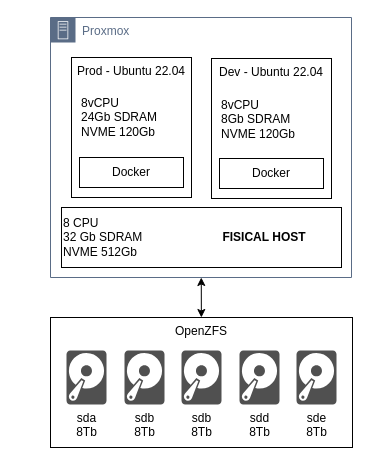
Above: page "Hardware" (2 of 2) of architecture.drawio in vshxp/home-server-docker-services (draw.io), before the change. Source tidied: cells renumbered, new cells numbered last; positions are measured from the earlier drawing's top-left corner, leaving out a move shared by most shapes. Both pictures are drawn from the tidied source at 100%, with x=0, y=0 at pixel (50, 17).
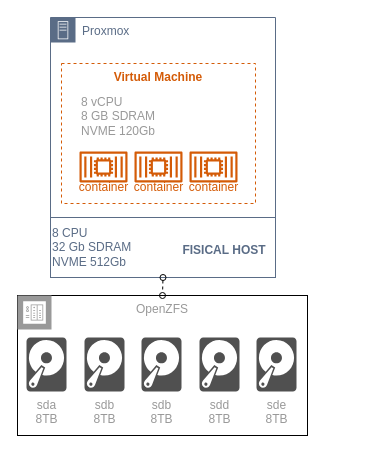
The same page after the edit.

Commit message (it also covers changes not shown here):
feat: stirling pdf

What changed in the source:
```diff
@@
 <mxGraphModel>
   <root>
     <mxCell id="0" />
     <mxCell id="1" parent="0" />
-    <mxCell id="2" style="edgeStyle=none;html=1;startArrow=classic;startFill=1;" parent="1" edge="1" source="3" target="8">
-      <mxGeometry relative="1" as="geometry" />
-    </mxCell>
     <mxCell id="3" value="Proxmox" style="points=[[0,0],[0.25,0],[0.5,0],[0.75,0],[1,0],[1,0.25],[1,0.5],[1,0.75],[1,1],[0.75,1],[0.5,1],[0.25,1],[0,1],[0,0.75],[0,0.5],[0,0.25]];outlineConnect=0;gradientColor=none;html=1;whiteSpace=wrap;fontSize=12;fontStyle=0;shape=mxgraph.aws4.group;grIcon=mxgraph.aws4.group_on_premise;strokeColor=#5A6C86;fillColor=none;verticalAlign=top;align=left;spacingLeft=30;fontColor=#5A6C86;dashed=0;spacingTop=0;" parent="1" vertex="1">
-      <mxGeometry width="301" height="260" as="geometry" />
+      <mxGeometry width="225" height="260" as="geometry" />
     </mxCell>
-    <mxCell id="4" value="Prod - Ubuntu 22.04" style="rounded=0;whiteSpace=wrap;html=1;shadow=0;sketch=0;align=center;verticalAlign=top;" parent="3" vertex="1">
-      <mxGeometry x="21" y="40" width="120" height="140" as="geometry" />
-    </mxCell>
-    <mxCell id="5" value="Docker" style="rounded=0;whiteSpace=wrap;html=1;shadow=0;sketch=0;" parent="3" vertex="1">
-      <mxGeometry x="29" y="140" width="104" height="30" as="geometry" />
-    </mxCell>
-    <mxCell id="6" value="8vCPU&lt;br&gt;24Gb SDRAM&lt;br&gt;NVME 120Gb" style="text;html=1;align=left;verticalAlign=middle;strokeColor=none;fillColor=none;" parent="3" vertex="1">
-      <mxGeometry x="29" y="70" width="100" height="60" as="geometry" />
-    </mxCell>
-    <mxCell id="7" style="group;" parent="1" vertex="1">
-      <mxGeometry y="300" width="302" height="130" as="geometry" />
-    </mxCell>
-    <mxCell id="8" value="OpenZFS" style="rounded=0;whiteSpace=wrap;html=1;labelPosition=center;verticalLabelPosition=middle;align=center;verticalAlign=top;" parent="7" vertex="1">
-      <mxGeometry width="302" height="130" as="geometry" />
-    </mxCell>
-    <mxCell id="9" value="sda&lt;br&gt;8Tb" style="sketch=0;shadow=0;dashed=0;html=1;strokeColor=none;fillColor=#505050;labelPosition=center;verticalLabelPosition=bottom;verticalAlign=top;align=center;shape=mxgraph.office.devices.hard_disk;" parent="7" vertex="1">
-      <mxGeometry x="16" y="33" width="40" height="54" as="geometry" />
-    </mxCell>
-    <mxCell id="10" value="sdb&lt;br&gt;8Tb" style="sketch=0;shadow=0;dashed=0;html=1;strokeColor=none;fillColor=#505050;labelPosition=center;verticalLabelPosition=bottom;verticalAlign=top;align=center;shape=mxgraph.office.devices.hard_disk;" parent="7" vertex="1">
-      <mxGeometry x="74" y="33" width="40" height="54" as="geometry" />
-    </mxCell>
-    <mxCell id="11" value="sdb&lt;br&gt;8Tb" style="sketch=0;shadow=0;dashed=0;html=1;strokeColor=none;fillColor=#505050;labelPosition=center;verticalLabelPosition=bottom;verticalAlign=top;align=center;shape=mxgraph.office.devices.hard_disk;" parent="7" vertex="1">
-      <mxGeometry x="131" y="33" width="40" height="54" as="geometry" />
-    </mxCell>
-    <mxCell id="12" value="sdd&lt;br&gt;8Tb" style="sketch=0;shadow=0;dashed=0;html=1;strokeColor=none;fillColor=#505050;labelPosition=center;verticalLabelPosition=bottom;verticalAlign=top;align=center;shape=mxgraph.office.devices.hard_disk;" parent="7" vertex="1">
-      <mxGeometry x="189" y="33" width="40" height="54" as="geometry" />
-    </mxCell>
-    <mxCell id="13" value="sde&lt;br&gt;8Tb" style="sketch=0;shadow=0;dashed=0;html=1;strokeColor=none;fillColor=#505050;labelPosition=center;verticalLabelPosition=bottom;verticalAlign=top;align=center;shape=mxgraph.office.devices.hard_disk;" parent="7" vertex="1">
-      <mxGeometry x="246" y="33" width="40" height="54" as="geometry" />
-    </mxCell>
+    <mxCell id="19" value="&lt;font color=&quot;#d45b07&quot;&gt;&lt;b&gt;Virtual Machine&lt;/b&gt;&lt;/font&gt;" style="rounded=0;whiteSpace=wrap;html=1;shadow=0;sketch=0;align=center;verticalAlign=top;strokeColor=#D45B07;dashed=1;" parent="3" vertex="1">
+      <mxGeometry x="11" y="46" width="194" height="140" as="geometry" />
+    </mxCell>
+    <mxCell id="20" value="8 vCPU&lt;br&gt;8 GB SDRAM&lt;br&gt;NVME 120Gb" style="text;html=1;align=left;verticalAlign=middle;strokeColor=none;fillColor=none;fontColor=#999999;" parent="3" vertex="1">
+      <mxGeometry x="29" y="71" width="92" height="55" as="geometry" />
+    </mxCell>
+    <mxCell id="21" value="container" style="sketch=0;fontColor=#D45B07;gradientColor=none;fillColor=#D45B07;strokeColor=none;dashed=0;verticalLabelPosition=bottom;verticalAlign=top;align=center;html=1;fontSize=12;fontStyle=0;shape=mxgraph.aws4.container_2;spacing=-7;" parent="3" vertex="1">
+      <mxGeometry x="29" y="134" width="48" height="31" as="geometry" />
+    </mxCell>
+    <mxCell id="22" value="container" style="sketch=0;fontColor=#D45B07;gradientColor=none;fillColor=#D45B07;strokeColor=none;dashed=0;verticalLabelPosition=bottom;verticalAlign=top;align=center;html=1;fontSize=12;fontStyle=0;shape=mxgraph.aws4.container_2;spacing=-7;" parent="3" vertex="1">
+      <mxGeometry x="84" y="134" width="48" height="31" as="geometry" />
+    </mxCell>
+    <mxCell id="23" value="container" style="sketch=0;fontColor=#D45B07;gradientColor=none;fillColor=#D45B07;strokeColor=none;dashed=0;verticalLabelPosition=bottom;verticalAlign=top;align=center;html=1;fontSize=12;fontStyle=0;shape=mxgraph.aws4.container_2;spacing=-7;" parent="3" vertex="1">
+      <mxGeometry x="139" y="134" width="48" height="31" as="geometry" />
+    </mxCell>
-    <mxCell id="14" value="&lt;span style=&quot;&quot;&gt;8 CPU&lt;/span&gt;&lt;br style=&quot;&quot;&gt;&lt;div style=&quot;&quot;&gt;&lt;span style=&quot;background-color: initial;&quot;&gt;32 Gb SDRAM&lt;/span&gt;&lt;/div&gt;&lt;div style=&quot;&quot;&gt;&lt;span style=&quot;background-color: initial;&quot;&gt;NVME 512Gb&lt;/span&gt;&lt;/div&gt;" style="rounded=0;whiteSpace=wrap;html=1;shadow=0;sketch=0;align=left;" parent="1" vertex="1">
-      <mxGeometry x="11" y="190" width="280" height="60" as="geometry" />
+    <mxCell id="14" value="&lt;font color=&quot;#5a6c86&quot;&gt;&lt;span style=&quot;&quot;&gt;8 CPU&lt;/span&gt;&lt;br style=&quot;&quot;&gt;&lt;/font&gt;&lt;div style=&quot;&quot;&gt;&lt;span style=&quot;background-color: initial;&quot;&gt;&lt;font color=&quot;#5a6c86&quot;&gt;32 Gb SDRAM&lt;/font&gt;&lt;/span&gt;&lt;/div&gt;&lt;div style=&quot;&quot;&gt;&lt;span style=&quot;background-color: initial;&quot;&gt;&lt;font color=&quot;#5a6c86&quot;&gt;NVME 512Gb&lt;/font&gt;&lt;/span&gt;&lt;/div&gt;" style="rounded=0;whiteSpace=wrap;html=1;shadow=0;sketch=0;align=left;strokeColor=#5A6C86;" parent="3" vertex="1">
+      <mxGeometry y="200" width="225" height="60" as="geometry" />
     </mxCell>
-    <mxCell id="15" value="FISICAL HOST" style="text;html=1;strokeColor=none;fillColor=none;align=center;verticalAlign=middle;whiteSpace=wrap;rounded=0;shadow=0;sketch=0;fontStyle=1;" parent="1" vertex="1">
-      <mxGeometry x="169" y="205" width="90" height="30" as="geometry" />
+    <mxCell id="15" value="FISICAL HOST" style="text;html=1;strokeColor=none;fillColor=none;align=center;verticalAlign=middle;whiteSpace=wrap;rounded=0;shadow=0;sketch=0;fontStyle=1;fontColor=#5A6C86;" parent="3" vertex="1">
+      <mxGeometry x="129" y="218" width="90" height="30" as="geometry" />
     </mxCell>
-    <mxCell id="16" value="Dev - Ubuntu 22.04" style="rounded=0;whiteSpace=wrap;html=1;shadow=0;sketch=0;align=center;verticalAlign=top;" parent="1" vertex="1">
-      <mxGeometry x="161" y="41" width="120" height="140" as="geometry" />
-    </mxCell>
-    <mxCell id="17" value="Docker" style="rounded=0;whiteSpace=wrap;html=1;shadow=0;sketch=0;" parent="1" vertex="1">
-      <mxGeometry x="169" y="141" width="104" height="30" as="geometry" />
-    </mxCell>
-    <mxCell id="18" value="8vCPU&lt;br&gt;8Gb SDRAM&lt;br&gt;NVME 120Gb" style="text;html=1;align=left;verticalAlign=middle;strokeColor=none;fillColor=none;" parent="1" vertex="1">
-      <mxGeometry x="169" y="74" width="92" height="55" as="geometry" />
-    </mxCell>
+    <mxCell id="24" style="group;strokeColor=#999999;fontColor=#999999;rounded=0;" parent="1" vertex="1">
+      <mxGeometry x="-33" y="278" width="290" height="140" as="geometry" />
+    </mxCell>
+    <mxCell id="8" value="&lt;font color=&quot;#999999&quot;&gt;OpenZFS&lt;/font&gt;" style="rounded=0;whiteSpace=wrap;html=1;labelPosition=center;verticalLabelPosition=middle;align=center;verticalAlign=top;" parent="24" vertex="1">
+      <mxGeometry width="290" height="140" as="geometry" />
+    </mxCell>
+    <mxCell id="25" style="sketch=0;shadow=0;dashed=0;html=1;strokeColor=none;fillColor=#999999;labelPosition=center;verticalLabelPosition=bottom;verticalAlign=top;align=center;shape=mxgraph.veeam2.nas_backup;fontColor=#999999;" parent="24" vertex="1">
+      <mxGeometry width="34" height="34" as="geometry" />
+    </mxCell>
+    <mxCell id="26" value="sda&lt;br&gt;8TB" style="sketch=0;shadow=0;dashed=0;html=1;strokeColor=none;fillColor=#505050;labelPosition=center;verticalLabelPosition=bottom;verticalAlign=top;align=center;shape=mxgraph.office.devices.hard_disk;fontColor=#999999;" parent="1" vertex="1">
+      <mxGeometry x="-24" y="320" width="40" height="54" as="geometry" />
+    </mxCell>
+    <mxCell id="27" value="sdb&lt;br&gt;8TB" style="sketch=0;shadow=0;dashed=0;html=1;strokeColor=none;fillColor=#505050;labelPosition=center;verticalLabelPosition=bottom;verticalAlign=top;align=center;shape=mxgraph.office.devices.hard_disk;fontColor=#999999;" parent="1" vertex="1">
+      <mxGeometry x="34" y="320" width="40" height="54" as="geometry" />
+    </mxCell>
+    <mxCell id="28" value="sdb&lt;br&gt;8TB" style="sketch=0;shadow=0;dashed=0;html=1;strokeColor=none;fillColor=#505050;labelPosition=center;verticalLabelPosition=bottom;verticalAlign=top;align=center;shape=mxgraph.office.devices.hard_disk;fontColor=#999999;" parent="1" vertex="1">
+      <mxGeometry x="91" y="320" width="40" height="54" as="geometry" />
+    </mxCell>
+    <mxCell id="29" value="sdd&lt;br&gt;8TB" style="sketch=0;shadow=0;dashed=0;html=1;strokeColor=none;fillColor=#505050;labelPosition=center;verticalLabelPosition=bottom;verticalAlign=top;align=center;shape=mxgraph.office.devices.hard_disk;fontColor=#999999;" parent="1" vertex="1">
+      <mxGeometry x="149" y="320" width="40" height="54" as="geometry" />
+    </mxCell>
+    <mxCell id="30" value="sde&lt;br&gt;8TB" style="sketch=0;shadow=0;dashed=0;html=1;strokeColor=none;fillColor=#505050;labelPosition=center;verticalLabelPosition=bottom;verticalAlign=top;align=center;shape=mxgraph.office.devices.hard_disk;fontColor=#999999;" parent="1" vertex="1">
+      <mxGeometry x="206" y="320" width="40" height="54" as="geometry" />
+    </mxCell>
+    <mxCell id="31" style="edgeStyle=none;html=1;exitX=0.5;exitY=1;exitDx=0;exitDy=0;entryX=0.5;entryY=0;entryDx=0;entryDy=0;dashed=1;startArrow=oval;startFill=0;endArrow=oval;endFill=0;" parent="1" edge="1" source="14" target="8">
+      <mxGeometry relative="1" as="geometry" />
+    </mxCell>
   </root>
 </mxGraphModel>
```
